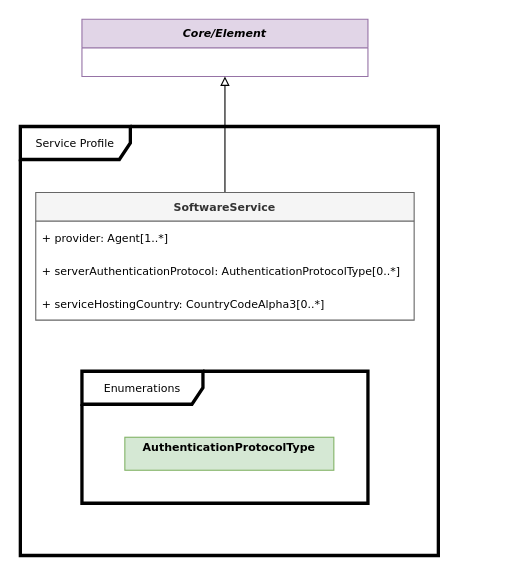
stevenc-stb/spdx-3-model keeps this draw.io diagram as page "Service" (9 of 11) of docs/model.drawio. Above is the earlier version. Source tidied: cells renumbered, new cells numbered last; positions are measured from the earlier drawing's top-left corner, leaving out a move shared by most shapes. Both pictures are drawn from the tidied source at 110%, with x=0, y=0 at pixel (20, 19).
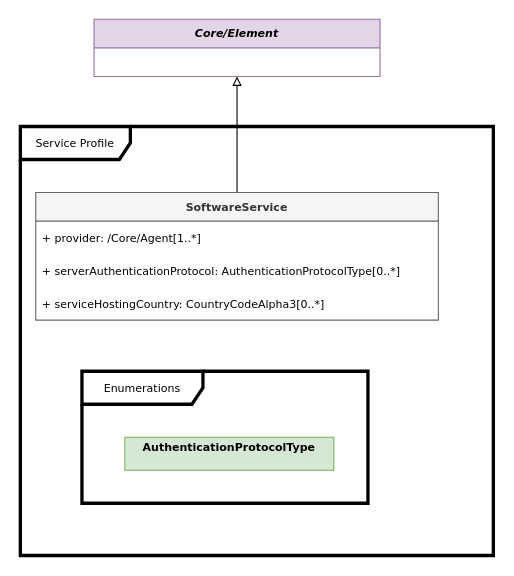
After the change.

Change to the diagram source:
```diff
@@
 <mxGraphModel>
   <root>
     <mxCell id="0" />
     <mxCell id="1" parent="0" />
     <mxCell id="2" value="Core/Element" style="swimlane;fontStyle=3;horizontal=1;startSize=26;fillColor=#e1d5e7;strokeColor=#9673a6;fontFamily=Verdana;fontSize=10;" parent="1" vertex="1">
-      <mxGeometry x="56" width="260" height="52" as="geometry" />
+      <mxGeometry x="67" width="260" height="52" as="geometry" />
     </mxCell>
     <mxCell id="3" style="endArrow=block;html=1;rounded=0;entryX=0.5;entryY=1;entryDx=0;entryDy=0;exitX=0.5;exitY=0;exitDx=0;exitDy=0;endFill=0;fontFamily=Verdana;fontSize=10;" parent="1" edge="1" source="5" target="2">
       <mxGeometry relative="1" as="geometry" />
     </mxCell>
     <mxCell id="4" value="Service Profile" style="shape=umlFrame;whiteSpace=wrap;html=1;width=100;height=30;strokeWidth=3;fontFamily=Verdana;fontSize=10;" parent="1" vertex="1">
-      <mxGeometry y="97.5" width="380" height="390" as="geometry" />
+      <mxGeometry y="97.5" width="430" height="390" as="geometry" />
     </mxCell>
     <mxCell id="5" value="SoftwareService" style="swimlane;fontStyle=1;horizontal=1;startSize=26;fillColor=#f5f5f5;strokeColor=#666666;fontColor=#333333;fontFamily=Verdana;fontSize=10;" parent="1" vertex="1">
-      <mxGeometry x="14" y="157.5" width="344" height="116" as="geometry" />
+      <mxGeometry x="14" y="157.5" width="366" height="116" as="geometry" />
     </mxCell>
-    <mxCell id="6" value="+ provider: Agent[1..*]" style="text;strokeColor=none;fillColor=none;align=left;verticalAlign=middle;spacingLeft=4;spacingRight=4;overflow=hidden;whiteSpace=wrap;html=1;fontFamily=Verdana;fontSize=10;" parent="5" vertex="1">
-      <mxGeometry y="26" width="344" height="30" as="geometry" />
+    <mxCell id="6" value="+ provider:&amp;nbsp;/Core/Agent[1..*]" style="text;strokeColor=none;fillColor=none;align=left;verticalAlign=middle;spacingLeft=4;spacingRight=4;overflow=hidden;whiteSpace=wrap;html=1;fontFamily=Verdana;fontSize=10;" parent="5" vertex="1">
+      <mxGeometry y="26" width="366" height="30" as="geometry" />
     </mxCell>
     <mxCell id="7" value="+ serverAuthenticationProtocol:&amp;nbsp;AuthenticationProtocolType[0..*]" style="text;strokeColor=none;fillColor=none;align=left;verticalAlign=middle;spacingLeft=4;spacingRight=4;overflow=hidden;whiteSpace=wrap;html=1;fontFamily=Verdana;fontSize=10;" parent="5" vertex="1">
-      <mxGeometry y="56" width="344" height="30" as="geometry" />
+      <mxGeometry y="56" width="366" height="30" as="geometry" />
     </mxCell>
     <mxCell id="8" value="+ serviceHostingCountry: CountryCodeAlpha3[0..*]" style="text;strokeColor=none;fillColor=none;align=left;verticalAlign=middle;spacingLeft=4;spacingRight=4;overflow=hidden;whiteSpace=wrap;html=1;fontFamily=Verdana;fontSize=10;" parent="5" vertex="1">
-      <mxGeometry y="86" width="344" height="30" as="geometry" />
+      <mxGeometry y="86" width="366" height="30" as="geometry" />
     </mxCell>
     <mxCell id="9" value="Enumerations" style="shape=umlFrame;whiteSpace=wrap;html=1;width=110;height=30;strokeWidth=3;fontFamily=Verdana;fontSize=10;fontStyle=0;" parent="1" vertex="1">
       <mxGeometry x="56" y="320" width="260" height="120" as="geometry" />
     </mxCell>
     <mxCell id="10" value="&lt;p style=&quot;margin: 4px 0px 0px; text-align: center;&quot;&gt;&lt;span style=&quot;text-align: left; text-wrap-mode: wrap;&quot;&gt;&lt;b&gt;AuthenticationProtocolType&lt;/b&gt;&lt;/span&gt;&lt;/p&gt;" style="verticalAlign=top;align=left;overflow=fill;fontSize=10;fontFamily=Verdana;html=1;fillColor=#d5e8d4;strokeColor=#82b366;fontStyle=0;" parent="1" vertex="1">
       <mxGeometry x="95" y="380" width="190" height="30" as="geometry" />
     </mxCell>
   </root>
 </mxGraphModel>
```
